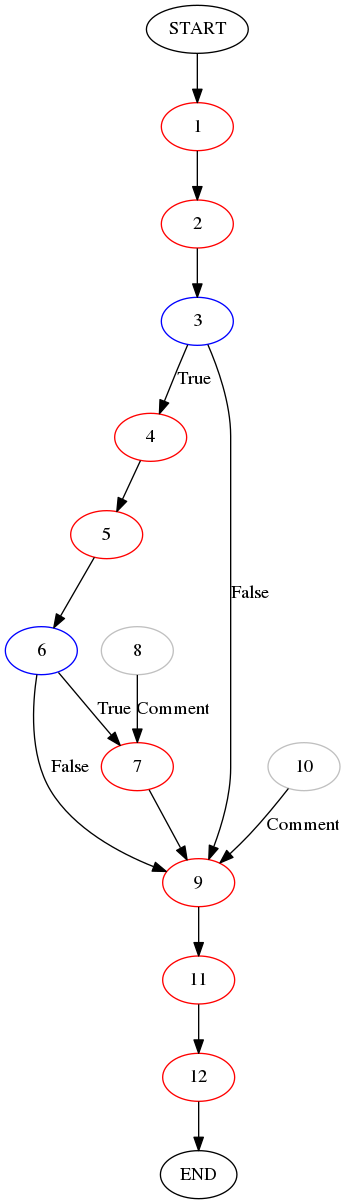
The Graphviz diagram examples/nested_if.png in ad-m/flowgen, before a commit. Its source is kept beside it as examples/nested_if.dot.
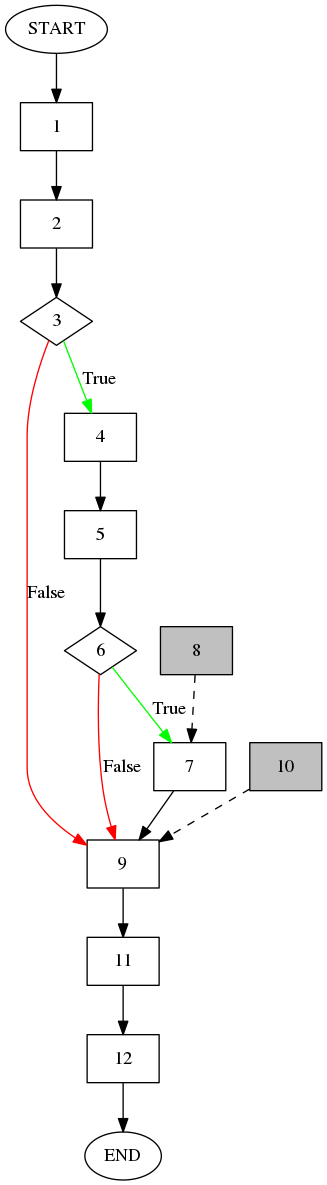
Above is the later version.

Commit message:
Update style of diagram in examples

What changed in the source:
```diff
@@ -1,31 +1,31 @@
 digraph {
-	start [label=START]
-	end [label=END]
-	1 [label=1 color=red]
-	2 [label=2 color=red]
-	"Condition(['4', '5', Condition(['7', '8'], name=ConditionType('if'))], name=ConditionType('if'))" [label=3 color=blue]
-	4 [label=4 color=red]
-	5 [label=5 color=red]
-	"Condition(['7', '8'], name=ConditionType('if'))" [label=6 color=blue]
-	7 [label=7 color=red]
-	8 [label=8 color=gray]
-	9 [label=9 color=red]
-	10 [label=10 color=gray]
-	11 [label=11 color=red]
-	12 [label=12 color=red]
+	start [label=START shape=oval]
+	end [label=END shape=oval]
 		start -> 1
+	1 [label=1 shape=box]
 		1 -> 2
+	2 [label=2 shape=box]
 		2 -> "Condition(['4', '5', Condition(['7', '8'], name=ConditionType('if'))], name=ConditionType('if'))"
-		"Condition(['4', '5', Condition(['7', '8'], name=ConditionType('if'))], name=ConditionType('if'))" -> 9 [label=False]
-		"Condition(['4', '5', Condition(['7', '8'], name=ConditionType('if'))], name=ConditionType('if'))" -> 4 [label=True]
+	"Condition(['4', '5', Condition(['7', '8'], name=ConditionType('if'))], name=ConditionType('if'))" [label=3 shape=diamond]
+		"Condition(['4', '5', Condition(['7', '8'], name=ConditionType('if'))], name=ConditionType('if'))" -> 9 [label=False color=red]
+		"Condition(['4', '5', Condition(['7', '8'], name=ConditionType('if'))], name=ConditionType('if'))" -> 4 [label=True color=green]
+	4 [label=4 shape=box]
 		4 -> 5
+	5 [label=5 shape=box]
 		5 -> "Condition(['7', '8'], name=ConditionType('if'))"
-		"Condition(['7', '8'], name=ConditionType('if'))" -> 9 [label=False]
-		"Condition(['7', '8'], name=ConditionType('if'))" -> 7 [label=True]
+	"Condition(['7', '8'], name=ConditionType('if'))" [label=6 shape=diamond]
+		"Condition(['7', '8'], name=ConditionType('if'))" -> 9 [label=False color=red]
+		"Condition(['7', '8'], name=ConditionType('if'))" -> 7 [label=True color=green]
+	7 [label=7 shape=box]
 		7 -> 9
-		8 -> 7 [label=Comment]
+	8 [label=8 fillcolor=gray shape=box style=filled]
+		8 -> 7 [style=dashed]
+	9 [label=9 shape=box]
 		9 -> 11
-		10 -> 9 [label=Comment]
+	10 [label=10 fillcolor=gray shape=box style=filled]
+		10 -> 9 [style=dashed]
+	11 [label=11 shape=box]
 		11 -> 12
+	12 [label=12 shape=box]
 		12 -> end
 }
```
